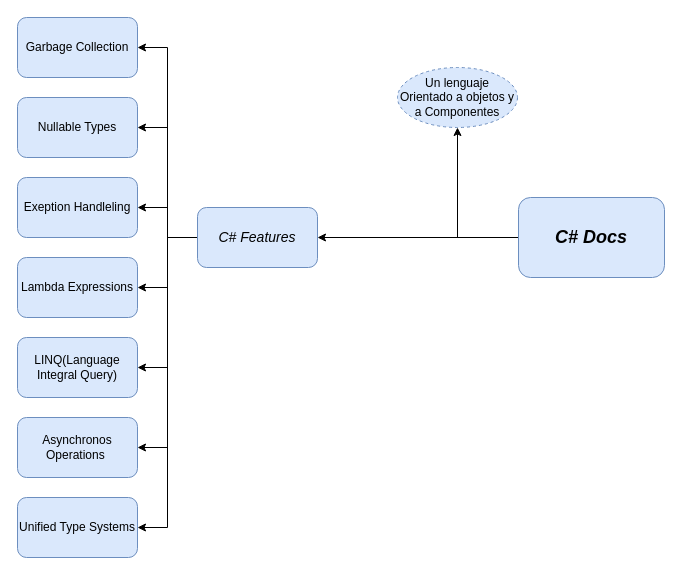
The draw.io diagram Untitled Diagram.drawio in Redcouz/AzureDevOpsDiagram, before the edit. Source tidied: cells renumbered, new cells numbered last; positions are measured from the earlier drawing's top-left corner, leaving out a move shared by most shapes. Both pictures are drawn from the tidied source at 100%, with x=0, y=0 at pixel (17, 17).
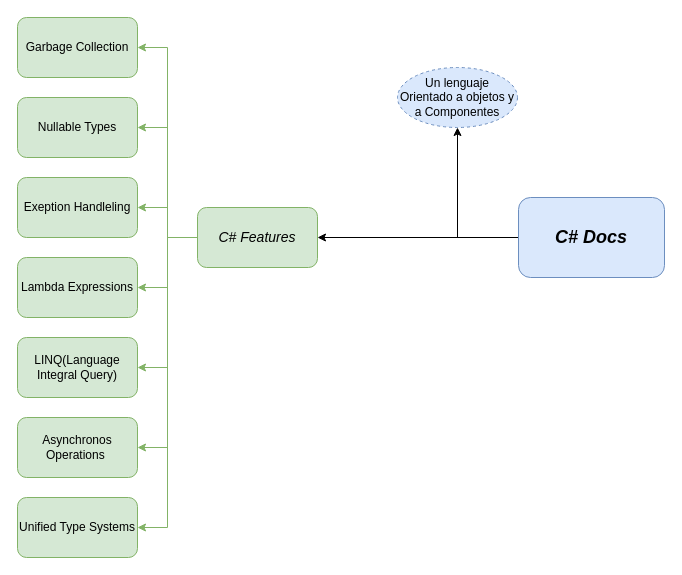
Above is the later version.

Change to the diagram source:
```diff
@@
-    <mxCell id="6" style="edgeStyle=orthogonalEdgeStyle;rounded=0;jettySize=auto;html=1;fontSize=14;" parent="1" edge="1" source="13" target="14">
+    <mxCell id="6" style="edgeStyle=orthogonalEdgeStyle;rounded=0;jettySize=auto;html=1;fontSize=14;fillColor=#d5e8d4;strokeColor=#82b366;" parent="1" edge="1" source="13" target="14">
       <mxGeometry relative="1" as="geometry">
         <Array as="points">
           <mxPoint x="150" y="220" />
           <mxPoint x="150" y="30" />
         </Array>
       </mxGeometry>
     </mxCell>
-    <mxCell id="7" style="edgeStyle=orthogonalEdgeStyle;rounded=0;jettySize=auto;html=1;fontSize=14;" parent="1" edge="1" source="13" target="15">
+    <mxCell id="7" style="edgeStyle=orthogonalEdgeStyle;rounded=0;jettySize=auto;html=1;fontSize=14;fillColor=#d5e8d4;strokeColor=#82b366;" parent="1" edge="1" source="13" target="15">
       <mxGeometry relative="1" as="geometry">
         <Array as="points">
           <mxPoint x="150" y="220" />
           <mxPoint x="150" y="110" />
         </Array>
       </mxGeometry>
     </mxCell>
-    <mxCell id="8" style="edgeStyle=orthogonalEdgeStyle;rounded=0;jettySize=auto;html=1;fontSize=14;" parent="1" edge="1" source="13" target="16">
+    <mxCell id="8" style="edgeStyle=orthogonalEdgeStyle;rounded=0;jettySize=auto;html=1;fontSize=14;fillColor=#d5e8d4;strokeColor=#82b366;" parent="1" edge="1" source="13" target="16">
       <mxGeometry relative="1" as="geometry" />
     </mxCell>
-    <mxCell id="9" style="edgeStyle=orthogonalEdgeStyle;rounded=0;jettySize=auto;html=1;fontSize=14;" parent="1" edge="1" source="13" target="17">
+    <mxCell id="9" style="edgeStyle=orthogonalEdgeStyle;rounded=0;jettySize=auto;html=1;fontSize=14;fillColor=#d5e8d4;strokeColor=#82b366;" parent="1" edge="1" source="13" target="17">
       <mxGeometry relative="1" as="geometry" />
     </mxCell>
-    <mxCell id="10" style="edgeStyle=orthogonalEdgeStyle;rounded=0;jettySize=auto;html=1;fontSize=14;" parent="1" edge="1" source="13" target="18">
+    <mxCell id="10" style="edgeStyle=orthogonalEdgeStyle;rounded=0;jettySize=auto;html=1;fontSize=14;fillColor=#d5e8d4;strokeColor=#82b366;" parent="1" edge="1" source="13" target="18">
       <mxGeometry relative="1" as="geometry">
         <Array as="points">
           <mxPoint x="150" y="220" />
           <mxPoint x="150" y="350" />
         </Array>
       </mxGeometry>
     </mxCell>
-    <mxCell id="11" style="edgeStyle=orthogonalEdgeStyle;rounded=0;jettySize=auto;html=1;fontSize=14;" parent="1" edge="1" source="13" target="19">
+    <mxCell id="11" style="edgeStyle=orthogonalEdgeStyle;rounded=0;jettySize=auto;html=1;fontSize=14;fillColor=#d5e8d4;strokeColor=#82b366;" parent="1" edge="1" source="13" target="19">
       <mxGeometry relative="1" as="geometry">
         <Array as="points">
           <mxPoint x="150" y="220" />
           <mxPoint x="150" y="430" />
         </Array>
       </mxGeometry>
     </mxCell>
-    <mxCell id="12" style="edgeStyle=orthogonalEdgeStyle;rounded=0;jettySize=auto;html=1;fontSize=14;" parent="1" edge="1" source="13" target="20">
+    <mxCell id="12" style="edgeStyle=orthogonalEdgeStyle;rounded=0;jettySize=auto;html=1;fontSize=14;fillColor=#d5e8d4;strokeColor=#82b366;" parent="1" edge="1" source="13" target="20">
       <mxGeometry relative="1" as="geometry">
         <Array as="points">
           <mxPoint x="150" y="220" />
           <mxPoint x="150" y="510" />
         </Array>
       </mxGeometry>
     </mxCell>
-    <mxCell id="13" value="&lt;font style=&quot;font-size: 14px&quot;&gt;&lt;i&gt;C# Features&lt;/i&gt;&lt;/font&gt;" style="whiteSpace=wrap;html=1;fillColor=#dae8fc;strokeColor=#6c8ebf;rounded=1;" parent="1" vertex="1">
+    <mxCell id="13" value="&lt;font style=&quot;font-size: 14px&quot;&gt;&lt;i&gt;C# Features&lt;/i&gt;&lt;/font&gt;" style="whiteSpace=wrap;html=1;fillColor=#d5e8d4;strokeColor=#82b366;rounded=1;" parent="1" vertex="1">
       <mxGeometry x="180" y="190" width="120" height="60" as="geometry" />
     </mxCell>
-    <mxCell id="14" value="Garbage Collection" style="whiteSpace=wrap;html=1;fillColor=#dae8fc;strokeColor=#6c8ebf;rounded=1;" parent="1" vertex="1">
+    <mxCell id="14" value="Garbage Collection" style="whiteSpace=wrap;html=1;fillColor=#d5e8d4;strokeColor=#82b366;rounded=1;" parent="1" vertex="1">
       <mxGeometry width="120" height="60" as="geometry" />
     </mxCell>
-    <mxCell id="15" value="Nullable Types" style="whiteSpace=wrap;html=1;fillColor=#dae8fc;strokeColor=#6c8ebf;rounded=1;" parent="1" vertex="1">
+    <mxCell id="15" value="Nullable Types" style="whiteSpace=wrap;html=1;fillColor=#d5e8d4;strokeColor=#82b366;rounded=1;" parent="1" vertex="1">
       <mxGeometry y="80" width="120" height="60" as="geometry" />
     </mxCell>
-    <mxCell id="16" value="Exeption Handleling" style="whiteSpace=wrap;html=1;fillColor=#dae8fc;strokeColor=#6c8ebf;rounded=1;" parent="1" vertex="1">
+    <mxCell id="16" value="Exeption Handleling" style="whiteSpace=wrap;html=1;fillColor=#d5e8d4;strokeColor=#82b366;rounded=1;" parent="1" vertex="1">
       <mxGeometry y="160" width="120" height="60" as="geometry" />
     </mxCell>
-    <mxCell id="17" value="Lambda Expressions" style="whiteSpace=wrap;html=1;fillColor=#dae8fc;strokeColor=#6c8ebf;rounded=1;" parent="1" vertex="1">
+    <mxCell id="17" value="Lambda Expressions" style="whiteSpace=wrap;html=1;fillColor=#d5e8d4;strokeColor=#82b366;rounded=1;" parent="1" vertex="1">
       <mxGeometry y="240" width="120" height="60" as="geometry" />
     </mxCell>
-    <mxCell id="18" value="LINQ(Language Integral Query)" style="whiteSpace=wrap;html=1;fillColor=#dae8fc;strokeColor=#6c8ebf;rounded=1;" parent="1" vertex="1">
+    <mxCell id="18" value="LINQ(Language Integral Query)" style="whiteSpace=wrap;html=1;fillColor=#d5e8d4;strokeColor=#82b366;rounded=1;" parent="1" vertex="1">
       <mxGeometry y="320" width="120" height="60" as="geometry" />
     </mxCell>
-    <mxCell id="19" value="Asynchronos Operations&amp;nbsp;" style="whiteSpace=wrap;html=1;fillColor=#dae8fc;strokeColor=#6c8ebf;rounded=1;" parent="1" vertex="1">
+    <mxCell id="19" value="Asynchronos Operations&amp;nbsp;" style="whiteSpace=wrap;html=1;fillColor=#d5e8d4;strokeColor=#82b366;rounded=1;" parent="1" vertex="1">
       <mxGeometry y="400" width="120" height="60" as="geometry" />
     </mxCell>
-    <mxCell id="20" value="Unified Type Systems" style="whiteSpace=wrap;html=1;fillColor=#dae8fc;strokeColor=#6c8ebf;rounded=1;" parent="1" vertex="1">
+    <mxCell id="20" value="Unified Type Systems" style="whiteSpace=wrap;html=1;fillColor=#d5e8d4;strokeColor=#82b366;rounded=1;" parent="1" vertex="1">
       <mxGeometry y="480" width="120" height="60" as="geometry" />
     </mxCell>
```
